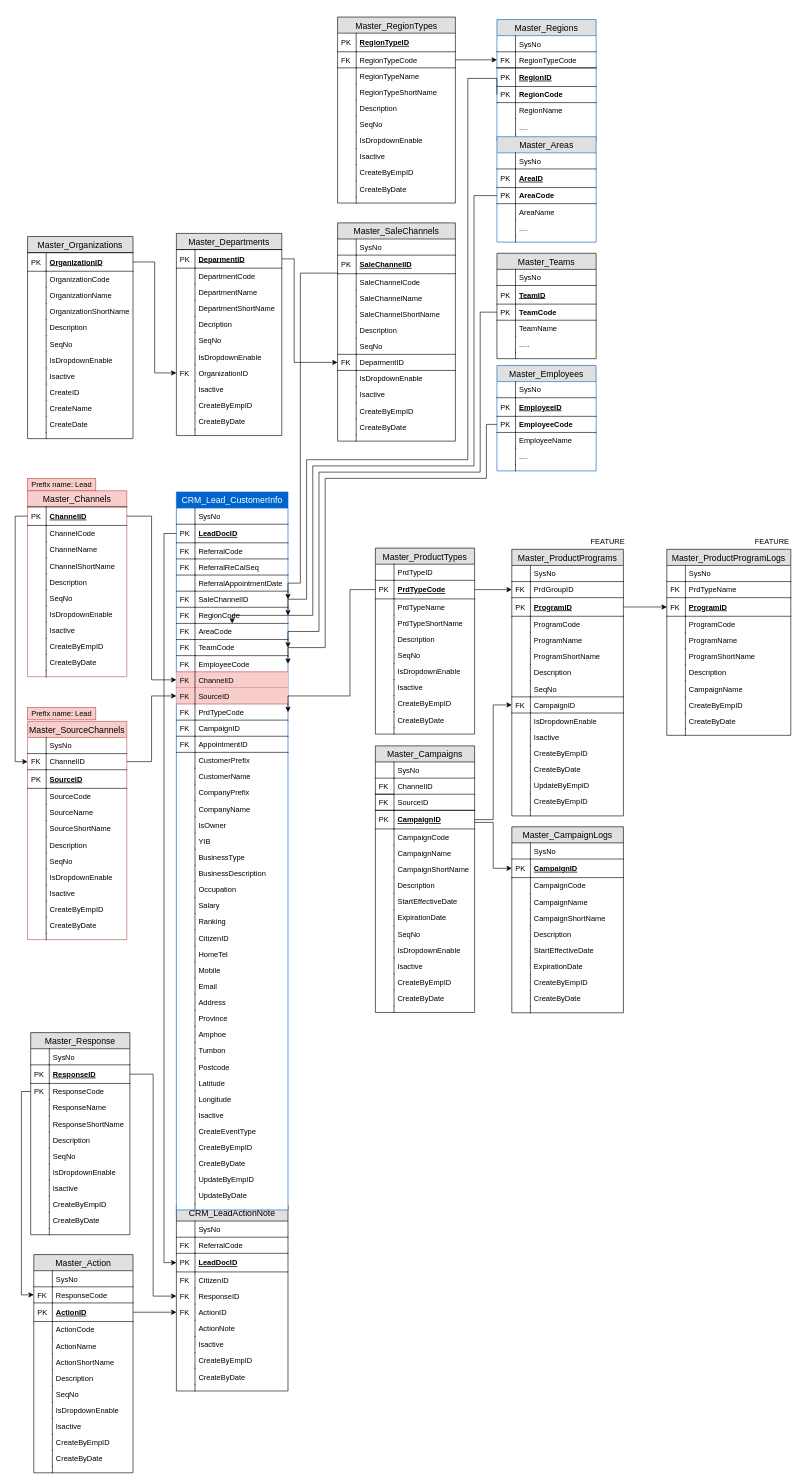
Above: Lead Management ER.drawio in NatthapongNar/Diagram (draw.io), before the change. Source tidied: cells renumbered, new cells numbered last; positions are measured from the earlier drawing's top-left corner, leaving out a move shared by most shapes. Both pictures are drawn from the tidied source at 62%, with x=0, y=0 at pixel (21, 17).
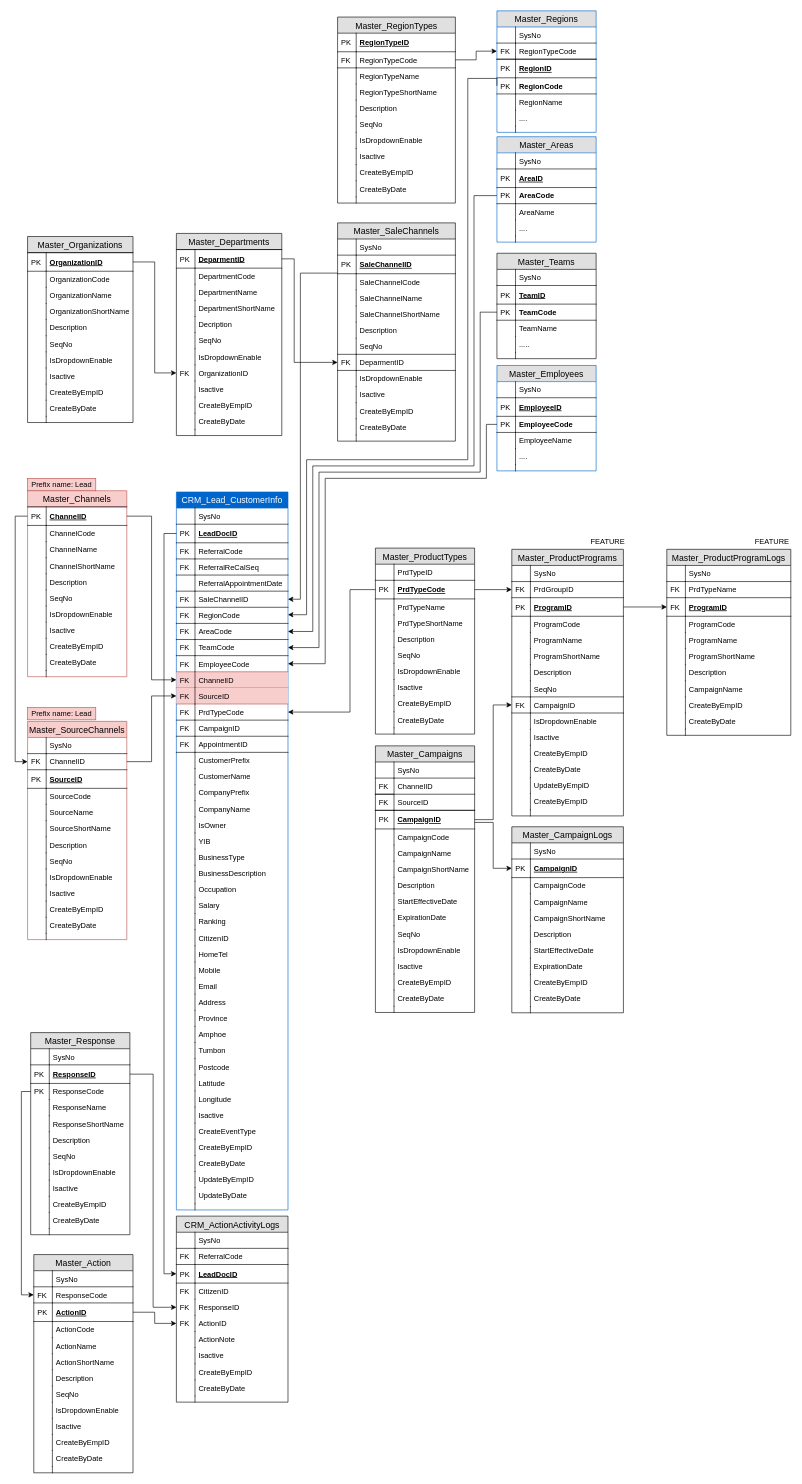
After the change.

The change refers to these unchanged cells:
```xml
<mxCell id="5" value="SaleChannelID" style="shape=partialRectangle;top=1;left=0;right=0;bottom=1;align=left;verticalAlign=middle;fillColor=none;spacingLeft=34;spacingRight=4;overflow=hidden;points=[[0,0.5],[1,0.5]];portConstraint=eastwest;fontStyle=5;fontSize=12;" parent="2" vertex="1">
  <mxGeometry y="52" width="190" height="30" as="geometry" />
</mxCell>
<mxCell id="190" value="PrdTypeCode" style="shape=partialRectangle;top=1;left=0;right=0;bottom=1;align=left;verticalAlign=middle;fillColor=none;spacingLeft=34;spacingRight=4;overflow=hidden;points=[[0,0.5],[1,0.5]];portConstraint=eastwest;fontStyle=5;fontSize=12;" parent="187" vertex="1">
  <mxGeometry y="52" width="160" height="30" as="geometry" />
</mxCell>
<mxCell id="356" value="SaleChannelID" style="shape=partialRectangle;top=1;left=0;right=0;bottom=0;align=left;verticalAlign=top;fillColor=none;spacingLeft=34;spacingRight=4;overflow=hidden;points=[[0,0.5],[1,0.5]];portConstraint=eastwest;fontSize=12;" parent="345" vertex="1">
  <mxGeometry y="160" width="180" height="26" as="geometry" />
</mxCell>
<mxCell id="358" value="RegionCode" style="shape=partialRectangle;top=1;left=0;right=0;bottom=0;align=left;verticalAlign=top;fillColor=none;spacingLeft=34;spacingRight=4;overflow=hidden;points=[[0,0.5],[1,0.5]];portConstraint=eastwest;fontSize=12;" parent="345" vertex="1">
  <mxGeometry y="186" width="180" height="26" as="geometry" />
</mxCell>
<mxCell id="360" value="AreaCode" style="shape=partialRectangle;top=1;left=0;right=0;bottom=0;align=left;verticalAlign=top;fillColor=none;spacingLeft=34;spacingRight=4;overflow=hidden;points=[[0,0.5],[1,0.5]];portConstraint=eastwest;fontSize=12;" parent="345" vertex="1">
  <mxGeometry y="212" width="180" height="26" as="geometry" />
</mxCell>
<mxCell id="362" value="TeamCode" style="shape=partialRectangle;top=1;left=0;right=0;bottom=0;align=left;verticalAlign=top;fillColor=none;spacingLeft=34;spacingRight=4;overflow=hidden;points=[[0,0.5],[1,0.5]];portConstraint=eastwest;fontSize=12;" parent="345" vertex="1">
  <mxGeometry y="238" width="180" height="26" as="geometry" />
</mxCell>
<mxCell id="364" value="EmployeeCode" style="shape=partialRectangle;top=1;left=0;right=0;bottom=0;align=left;verticalAlign=top;fillColor=none;spacingLeft=34;spacingRight=4;overflow=hidden;points=[[0,0.5],[1,0.5]];portConstraint=eastwest;fontSize=12;" parent="345" vertex="1">
  <mxGeometry y="264" width="180" height="26" as="geometry" />
</mxCell>
<mxCell id="370" value="PrdTypeCode" style="shape=partialRectangle;top=0;left=0;right=0;bottom=1;align=left;verticalAlign=top;fillColor=none;spacingLeft=34;spacingRight=4;overflow=hidden;points=[[0,0.5],[1,0.5]];portConstraint=eastwest;fontSize=12;" parent="345" vertex="1">
  <mxGeometry y="342" width="180" height="26" as="geometry" />
</mxCell>
<mxCell id="472" value="TeamCode" style="shape=partialRectangle;top=0;left=0;right=0;bottom=1;align=left;verticalAlign=top;fillColor=none;spacingLeft=34;spacingRight=4;overflow=hidden;points=[[0,0.5],[1,0.5]];portConstraint=eastwest;fontSize=12;fontStyle=1;" parent="467" vertex="1">
  <mxGeometry y="82" width="160" height="26" as="geometry" />
</mxCell>
<mxCell id="487" value="RegionCode" style="shape=partialRectangle;top=0;left=0;right=0;bottom=1;align=left;verticalAlign=top;fillColor=none;spacingLeft=34;spacingRight=4;overflow=hidden;points=[[0,0.5],[1,0.5]];portConstraint=eastwest;fontSize=12;fontStyle=1;" parent="480" vertex="1">
  <mxGeometry y="108" width="160" height="26" as="geometry" />
</mxCell>
<mxCell id="500" value="AreaCode" style="shape=partialRectangle;top=0;left=0;right=0;bottom=1;align=left;verticalAlign=top;fillColor=none;spacingLeft=34;spacingRight=4;overflow=hidden;points=[[0,0.5],[1,0.5]];portConstraint=eastwest;fontSize=12;fontStyle=1;" parent="495" vertex="1">
  <mxGeometry y="82" width="160" height="26" as="geometry" />
</mxCell>
<mxCell id="513" value="EmployeeCode" style="shape=partialRectangle;top=0;left=0;right=0;bottom=1;align=left;verticalAlign=top;fillColor=none;spacingLeft=34;spacingRight=4;overflow=hidden;points=[[0,0.5],[1,0.5]];portConstraint=eastwest;fontSize=12;fontStyle=1;" parent="508" vertex="1">
  <mxGeometry y="82" width="160" height="26" as="geometry" />
</mxCell>
```

Change to the diagram source:
```diff
@@
     <mxCell id="29" value="Master_Organizations" style="swimlane;fontStyle=0;horizontal=1;startSize=26;fillColor=#e0e0e0;swimlaneFillColor=#ffffff;align=center;fontSize=14;" parent="1" vertex="1">
-      <mxGeometry x="10" y="354" width="170" height="326" as="geometry" />
+      <mxGeometry x="10" y="354" width="170" height="300" as="geometry" />
     </mxCell>
@@
-    <mxCell id="46" value="CreateID" style="shape=partialRectangle;top=0;left=0;right=0;bottom=0;align=left;verticalAlign=top;fillColor=none;spacingLeft=34;spacingRight=4;overflow=hidden;fontSize=12;" parent="29" vertex="1">
+    <mxCell id="46" value="CreateByEmpID" style="shape=partialRectangle;top=0;left=0;right=0;bottom=0;align=left;verticalAlign=top;fillColor=none;spacingLeft=34;spacingRight=4;overflow=hidden;fontSize=12;" parent="29" vertex="1">
       <mxGeometry y="238" width="170" height="26" as="geometry" />
     </mxCell>
@@
-    <mxCell id="48" value="CreateName" style="shape=partialRectangle;top=0;left=0;right=0;bottom=0;align=left;verticalAlign=top;fillColor=none;spacingLeft=34;spacingRight=4;overflow=hidden;fontSize=12;" parent="29" vertex="1">
-      <mxGeometry y="264" width="170" height="26" as="geometry" />
-    </mxCell>
-    <mxCell id="49" style="shape=partialRectangle;top=0;left=0;bottom=0;fillColor=none;align=left;verticalAlign=top;spacingLeft=4;spacingRight=4;overflow=hidden;fontSize=12;" parent="48" vertex="1">
-      <mxGeometry width="30" height="26" as="geometry" />
-    </mxCell>
-    <mxCell id="50" value="CreateDate" style="shape=partialRectangle;top=0;left=0;right=0;bottom=0;align=left;verticalAlign=top;fillColor=none;spacingLeft=34;spacingRight=4;overflow=hidden;fontSize=12;" parent="29" vertex="1">
-      <mxGeometry y="290" width="170" height="26" as="geometry" />
+    <mxCell id="50" value="CreateByDate" style="shape=partialRectangle;top=0;left=0;right=0;bottom=0;align=left;verticalAlign=top;fillColor=none;spacingLeft=34;spacingRight=4;overflow=hidden;fontSize=12;" parent="29" vertex="1">
+      <mxGeometry y="264" width="170" height="26" as="geometry" />
     </mxCell>
@@
     <mxCell id="52" style="shape=partialRectangle;top=0;left=0;right=0;bottom=0;align=left;verticalAlign=top;fillColor=none;spacingLeft=34;spacingRight=4;overflow=hidden;fontSize=12;" parent="29" vertex="1">
-      <mxGeometry y="316" width="170" height="10" as="geometry" />
+      <mxGeometry y="290" width="170" height="10" as="geometry" />
     </mxCell>
@@
-    <mxCell id="298" value="CRM_LeadActionNote" style="swimlane;fontStyle=0;horizontal=1;startSize=26;fillColor=#e0e0e0;swimlaneFillColor=#ffffff;align=center;fontSize=14;" parent="1" vertex="1">
-      <mxGeometry x="250" y="1916" width="180" height="300" as="geometry" />
+    <mxCell id="298" value="CRM_ActionActivityLogs" style="swimlane;fontStyle=0;horizontal=1;startSize=26;fillColor=#e0e0e0;swimlaneFillColor=#ffffff;align=center;fontSize=14;" parent="1" vertex="1">
+      <mxGeometry x="250" y="1934" width="180" height="300" as="geometry" />
     </mxCell>
@@
     <mxCell id="436" style="edgeStyle=orthogonalEdgeStyle;rounded=0;jumpSize=0;jettySize=auto;html=1;entryX=1;entryY=0.5;entryDx=0;entryDy=0;" parent="1" edge="1" source="5" target="356">
       <mxGeometry relative="1" as="geometry">
         <Array as="points">
           <mxPoint x="450" y="413" />
-          <mxPoint x="450" y="913" />
+          <mxPoint x="450" y="939" />
         </Array>
       </mxGeometry>
     </mxCell>
@@
     <mxCell id="480" value="Master_Regions" style="swimlane;fontStyle=0;horizontal=1;startSize=26;fillColor=#e0e0e0;swimlaneFillColor=#ffffff;align=center;fontSize=14;strokeColor=#0066CC;" parent="1" vertex="1">
-      <mxGeometry x="767" y="4" width="160" height="196" as="geometry" />
+      <mxGeometry x="767" y="-10" width="160" height="196" as="geometry" />
     </mxCell>
@@
-    <mxCell id="521" style="edgeStyle=orthogonalEdgeStyle;rounded=0;jumpSize=0;jettySize=auto;html=1;entryX=1;entryY=0.5;entryDx=0;entryDy=0;fontColor=#FFFFFF;exitX=0;exitY=0.5;exitDx=0;exitDy=0;" parent="1" edge="1" source="487" target="358">
+    <mxCell id="521" style="edgeStyle=orthogonalEdgeStyle;rounded=0;jumpSize=0;jettySize=auto;html=1;fontColor=#FFFFFF;exitX=0;exitY=0.5;exitDx=0;exitDy=0;" parent="1" edge="1" source="487">
       <mxGeometry relative="1" as="geometry">
+        <mxPoint x="430" y="964" as="targetPoint" />
         <Array as="points">
+          <mxPoint x="767" y="99" />
           <mxPoint x="720" y="99" />
           <mxPoint x="720" y="714" />
           <mxPoint x="460" y="714" />
-          <mxPoint x="460" y="939" />
+          <mxPoint x="460" y="964" />
+          <mxPoint x="430" y="964" />
         </Array>
       </mxGeometry>
     </mxCell>
-    <mxCell id="522" style="edgeStyle=orthogonalEdgeStyle;rounded=0;jumpSize=0;jettySize=auto;html=1;fontColor=#FFFFFF;" parent="1" edge="1" source="500" target="360">
+    <mxCell id="522" style="edgeStyle=orthogonalEdgeStyle;rounded=0;jumpSize=0;jettySize=auto;html=1;fontColor=#FFFFFF;entryX=1;entryY=0.5;entryDx=0;entryDy=0;" parent="1" edge="1" source="500" target="360">
       <mxGeometry relative="1" as="geometry">
         <Array as="points">
           <mxPoint x="730" y="288" />
           <mxPoint x="730" y="724" />
           <mxPoint x="470" y="724" />
-          <mxPoint x="470" y="965" />
+          <mxPoint x="470" y="991" />
         </Array>
       </mxGeometry>
     </mxCell>
     <mxCell id="523" style="edgeStyle=orthogonalEdgeStyle;rounded=0;jumpSize=0;jettySize=auto;html=1;entryX=1;entryY=0.5;entryDx=0;entryDy=0;fontColor=#FFFFFF;" parent="1" edge="1" source="472" target="362">
       <mxGeometry relative="1" as="geometry">
         <Array as="points">
           <mxPoint x="740" y="476" />
           <mxPoint x="740" y="734" />
           <mxPoint x="480" y="734" />
-          <mxPoint x="480" y="991" />
+          <mxPoint x="480" y="1017" />
         </Array>
       </mxGeometry>
     </mxCell>
     <mxCell id="524" style="edgeStyle=orthogonalEdgeStyle;rounded=0;jumpSize=0;jettySize=auto;html=1;entryX=1;entryY=0.5;entryDx=0;entryDy=0;fontColor=#FFFFFF;" parent="1" edge="1" source="513" target="364">
       <mxGeometry relative="1" as="geometry">
         <Array as="points">
           <mxPoint x="750" y="657" />
           <mxPoint x="750" y="744" />
           <mxPoint x="490" y="744" />
-          <mxPoint x="490" y="1017" />
+          <mxPoint x="490" y="1043" />
         </Array>
       </mxGeometry>
     </mxCell>
     <mxCell id="525" style="edgeStyle=orthogonalEdgeStyle;rounded=0;jumpSize=0;jettySize=auto;html=1;entryX=1;entryY=0.5;entryDx=0;entryDy=0;fontColor=#FFFFFF;" parent="1" edge="1" source="190" target="370">
       <mxGeometry relative="1" as="geometry">
         <Array as="points">
           <mxPoint x="530" y="924" />
-          <mxPoint x="530" y="1095" />
+          <mxPoint x="530" y="1121" />
         </Array>
       </mxGeometry>
     </mxCell>
```
